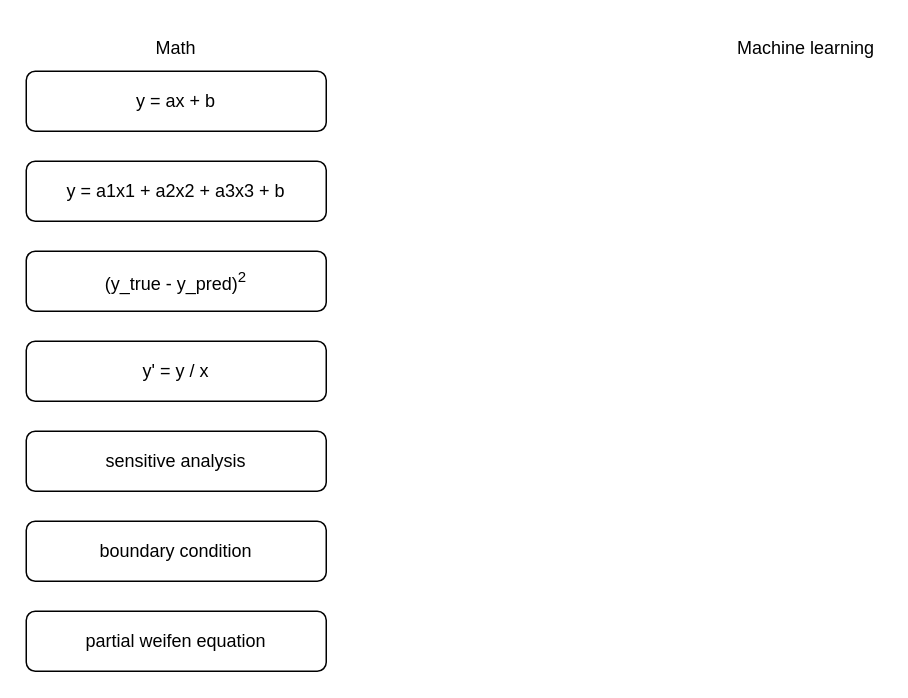
Above: page "math-ml" (7 of 7) of Fig_CS/treatment.drawio in jizhang02/Figure-Factory (draw.io), before the change. Source tidied: cells renumbered, new cells numbered last; positions are measured from the earlier drawing's top-left corner, leaving out a move shared by most shapes. Both pictures are drawn from the tidied source at 150%, with x=0, y=0 at pixel (26, 26).
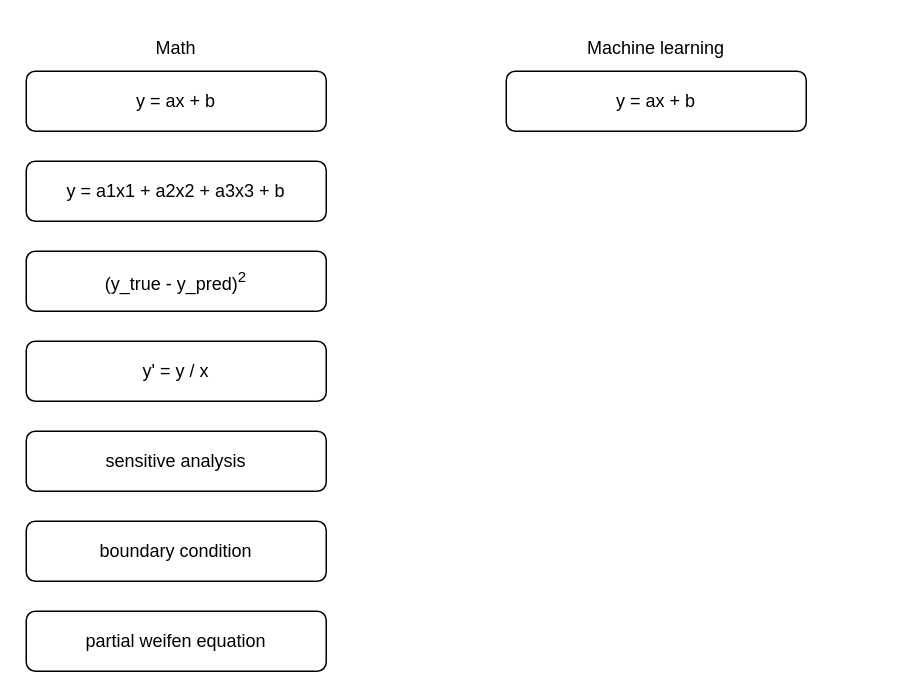
Above is the later version.

What changed in the source:
```diff
@@
 <mxGraphModel>
   <root>
     <mxCell id="0" />
     <mxCell id="1" parent="0" />
     <mxCell id="2" value="y = ax + b" style="rounded=1;whiteSpace=wrap;html=1;" parent="1" vertex="1">
       <mxGeometry y="30" width="200" height="40" as="geometry" />
     </mxCell>
     <mxCell id="3" value="y = a1x1 + a2x2 + a3x3 + b" style="rounded=1;whiteSpace=wrap;html=1;" parent="1" vertex="1">
       <mxGeometry y="90" width="200" height="40" as="geometry" />
     </mxCell>
     <mxCell id="4" value="(y_true - y_pred)&lt;sup&gt;2&lt;/sup&gt;" style="rounded=1;whiteSpace=wrap;html=1;" parent="1" vertex="1">
       <mxGeometry y="150" width="200" height="40" as="geometry" />
     </mxCell>
     <mxCell id="5" value="y' = y / x" style="rounded=1;whiteSpace=wrap;html=1;" parent="1" vertex="1">
       <mxGeometry y="210" width="200" height="40" as="geometry" />
     </mxCell>
     <mxCell id="6" value="sensitive analysis" style="rounded=1;whiteSpace=wrap;html=1;" parent="1" vertex="1">
       <mxGeometry y="270" width="200" height="40" as="geometry" />
     </mxCell>
     <mxCell id="7" value="boundary condition" style="rounded=1;whiteSpace=wrap;html=1;" parent="1" vertex="1">
       <mxGeometry y="330" width="200" height="40" as="geometry" />
     </mxCell>
     <mxCell id="8" value="partial weifen equation" style="rounded=1;whiteSpace=wrap;html=1;" parent="1" vertex="1">
       <mxGeometry y="390" width="200" height="40" as="geometry" />
     </mxCell>
     <mxCell id="9" value="Math" style="text;html=1;strokeColor=none;fillColor=none;align=center;verticalAlign=middle;whiteSpace=wrap;rounded=0;" parent="1" vertex="1">
       <mxGeometry x="70" width="60" height="30" as="geometry" />
     </mxCell>
     <mxCell id="10" value="Machine learning" style="text;html=1;strokeColor=none;fillColor=none;align=center;verticalAlign=middle;whiteSpace=wrap;rounded=0;" parent="1" vertex="1">
-      <mxGeometry x="470" width="100" height="30" as="geometry" />
+      <mxGeometry x="370" width="100" height="30" as="geometry" />
     </mxCell>
+    <mxCell id="11" value="y = ax + b" style="rounded=1;whiteSpace=wrap;html=1;" parent="1" vertex="1">
+      <mxGeometry x="320" y="30" width="200" height="40" as="geometry" />
+    </mxCell>
   </root>
 </mxGraphModel>
```
